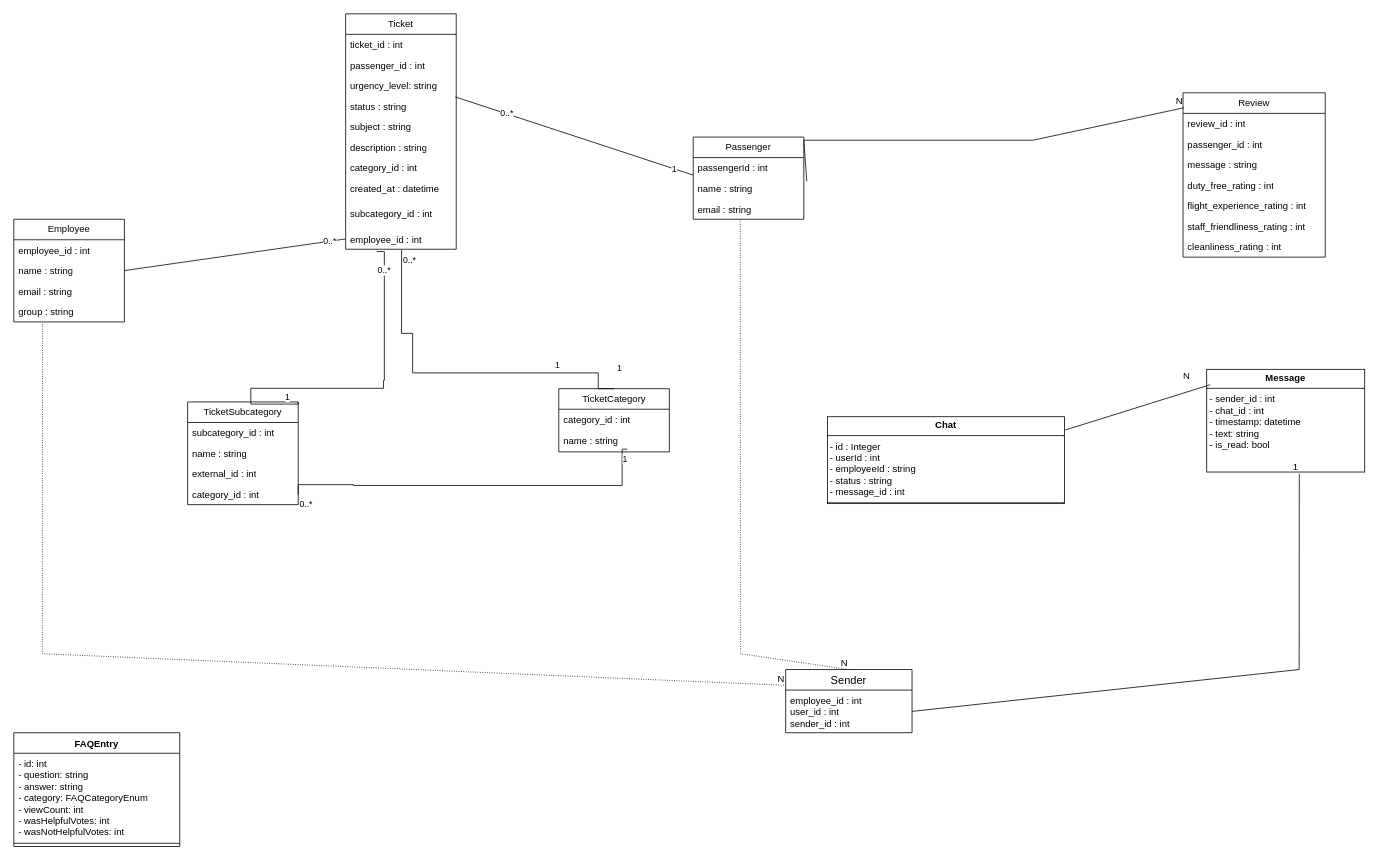
Before: planning/DB.drawio in AlexandraMariasiu/UBB-SE-2026-CloudSpritzers, a draw.io diagram. Source tidied: cells renumbered, new cells numbered last; positions are measured from the earlier drawing's top-left corner, leaving out a move shared by most shapes. Both pictures are drawn from the tidied source at 79%, with x=0, y=0 at pixel (13, 13).
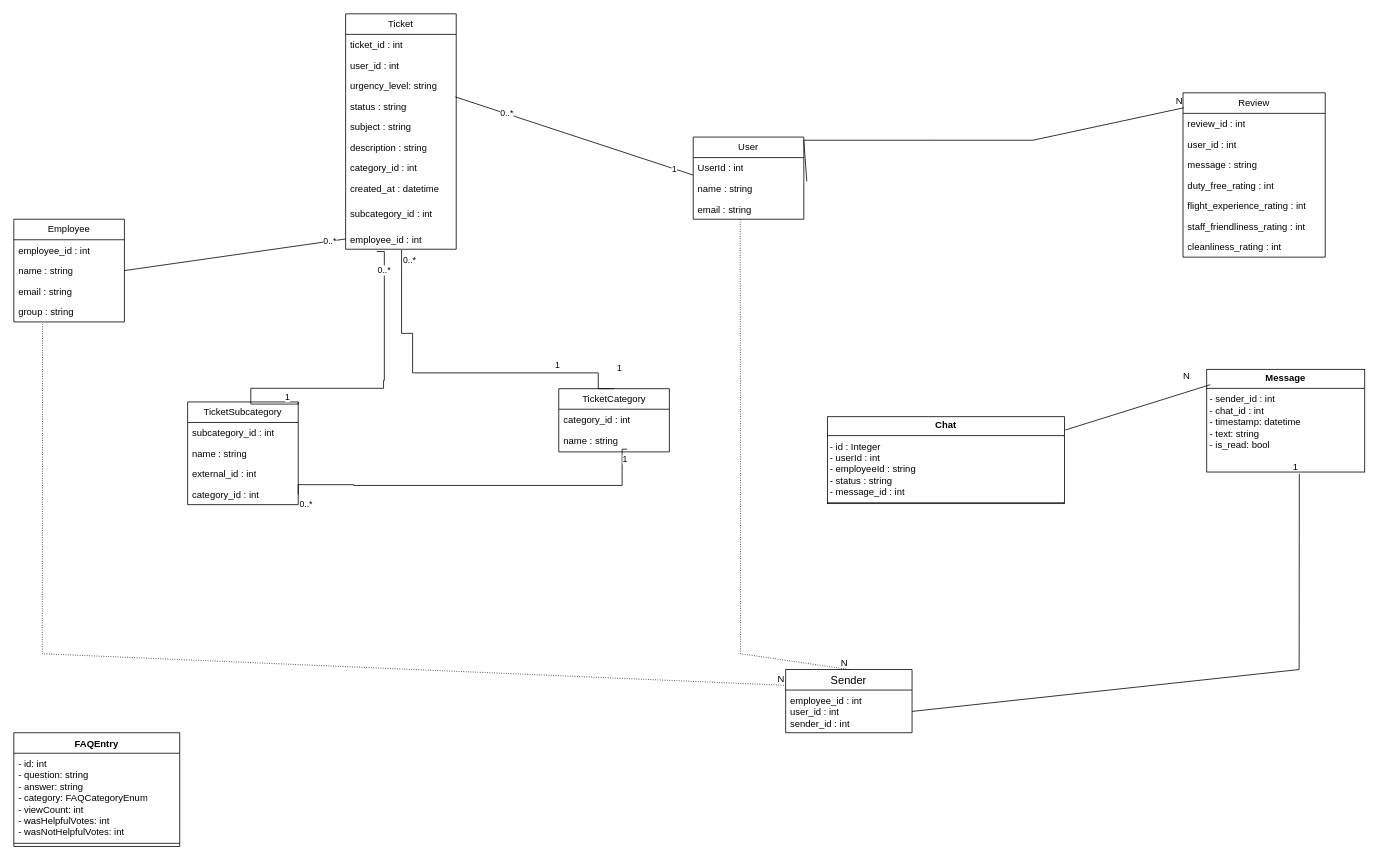
The same diagram, later.

Commit message (it also covers changes not shown here):
changed user, passenger and customer into User for the MainUML

Unchanged cells that the change refers to:
```xml
<mxCell id="34" value="Review" style="swimlane;fontStyle=0;horizontal=1;startSize=26;fillColor=none;whiteSpace=wrap;html=1;" parent="1" vertex="1">
  <mxGeometry x="1480" y="100" width="180" height="208" as="geometry" />
</mxCell>
<mxCell id="42" value="Ticket" style="swimlane;fontStyle=0;horizontal=1;startSize=26;fillColor=none;whiteSpace=wrap;html=1;" parent="1" vertex="1">
  <mxGeometry x="420" width="140" height="298" as="geometry" />
</mxCell>
```

Diff of the diagram source:
```diff
@@
-    <mxCell id="16" value="Passenger" style="swimlane;fontStyle=0;horizontal=1;startSize=26;fillColor=none;whiteSpace=wrap;html=1;" parent="1" vertex="1">
+    <mxCell id="16" value="User" style="swimlane;fontStyle=0;horizontal=1;startSize=26;fillColor=none;whiteSpace=wrap;html=1;" parent="1" vertex="1">
       <mxGeometry x="860" y="156" width="140" height="104" as="geometry" />
     </mxCell>
-    <mxCell id="17" value="passengerId : int" style="text;strokeColor=none;fillColor=none;align=left;verticalAlign=top;spacingLeft=4;spacingRight=4;overflow=hidden;points=[[0,0.5],[1,0.5]];portConstraint=eastwest;whiteSpace=wrap;html=1;" parent="16" vertex="1">
+    <mxCell id="17" value="UserId : int" style="text;strokeColor=none;fillColor=none;align=left;verticalAlign=top;spacingLeft=4;spacingRight=4;overflow=hidden;points=[[0,0.5],[1,0.5]];portConstraint=eastwest;whiteSpace=wrap;html=1;" parent="16" vertex="1">
       <mxGeometry y="26" width="140" height="26" as="geometry" />
     </mxCell>
@@
-    <mxCell id="36" value="passenger_id : int" style="text;strokeColor=none;fillColor=none;align=left;verticalAlign=top;spacingLeft=4;spacingRight=4;overflow=hidden;whiteSpace=wrap;html=1;" parent="34" vertex="1">
+    <mxCell id="36" value="user_id : int" style="text;strokeColor=none;fillColor=none;align=left;verticalAlign=top;spacingLeft=4;spacingRight=4;overflow=hidden;whiteSpace=wrap;html=1;" parent="34" vertex="1">
       <mxGeometry y="52" width="180" height="26" as="geometry" />
     </mxCell>
@@
-    <mxCell id="44" value="passenger_id : int" style="text;strokeColor=none;fillColor=none;align=left;verticalAlign=top;spacingLeft=4;spacingRight=4;overflow=hidden;whiteSpace=wrap;html=1;" parent="42" vertex="1">
+    <mxCell id="44" value="user_id : int" style="text;strokeColor=none;fillColor=none;align=left;verticalAlign=top;spacingLeft=4;spacingRight=4;overflow=hidden;whiteSpace=wrap;html=1;" parent="42" vertex="1">
       <mxGeometry y="52" width="140" height="26" as="geometry" />
     </mxCell>
```
